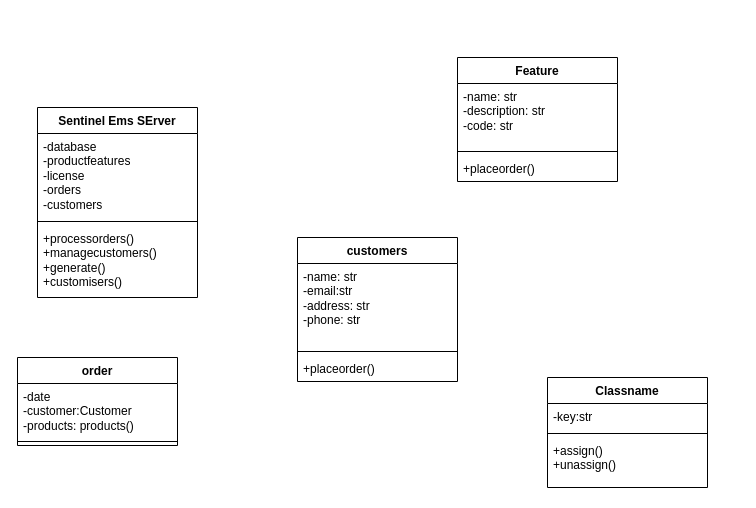
Before: umlexp53.drawio in tush47/myuml, a draw.io diagram. Source tidied: cells renumbered, new cells numbered last; positions are measured from the earlier drawing's top-left corner, leaving out a move shared by most shapes. Both pictures are drawn from the tidied source at 100%, with x=0, y=0 at pixel (17, 57).
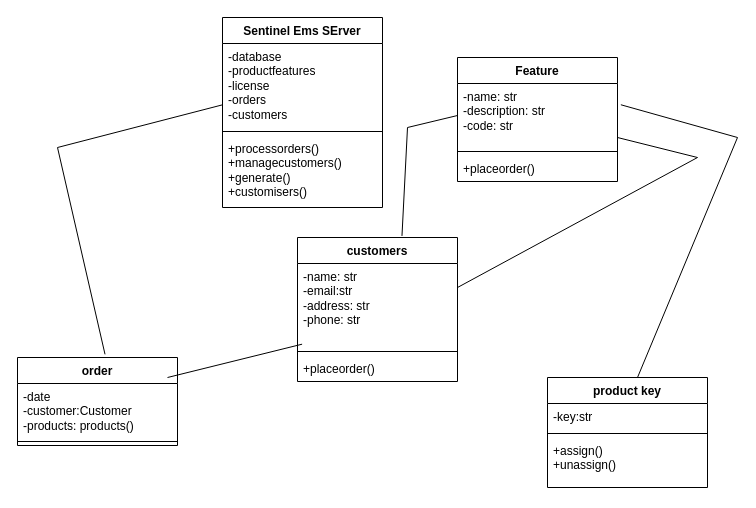
Above is the later version.

Unchanged cells that the change refers to:
```xml
<mxCell id="2" value="customers" style="swimlane;fontStyle=1;align=center;verticalAlign=top;horizontal=1;startSize=26;whiteSpace=wrap;html=1;" parent="1" vertex="1">
  <mxGeometry x="280" y="180" width="160" height="144" as="geometry" />
</mxCell>
<mxCell id="10" value="order" style="swimlane;fontStyle=1;align=center;verticalAlign=top;horizontal=1;startSize=26;whiteSpace=wrap;html=1;" parent="1" vertex="1">
  <mxGeometry y="300" width="160" height="88" as="geometry" />
</mxCell>
<mxCell id="14" value="-name: str&lt;br&gt;-description: str&lt;br&gt;-code: str&lt;br&gt;" style="text;strokeColor=none;fillColor=none;align=left;verticalAlign=top;spacingLeft=4;spacingRight=4;overflow=hidden;points=[[0,0.5],[1,0.5]];portConstraint=eastwest;whiteSpace=wrap;html=1;" parent="13" vertex="1">
  <mxGeometry y="26" width="160" height="64" as="geometry" />
</mxCell>
<mxCell id="18" value="-database&lt;br&gt;-productfeatures&lt;br&gt;-license&lt;br&gt;-orders&lt;br&gt;-customers" style="text;strokeColor=none;fillColor=none;align=left;verticalAlign=top;spacingLeft=4;spacingRight=4;overflow=hidden;points=[[0,0.5],[1,0.5]];portConstraint=eastwest;whiteSpace=wrap;html=1;" parent="17" vertex="1">
  <mxGeometry y="26" width="160" height="84" as="geometry" />
</mxCell>
```

What changed in the source:
```diff
@@
-    <mxCell id="6" value="Classname" style="swimlane;fontStyle=1;align=center;verticalAlign=top;horizontal=1;startSize=26;whiteSpace=wrap;html=1;" parent="1" vertex="1">
+    <mxCell id="6" value="product key" style="swimlane;fontStyle=1;align=center;verticalAlign=top;horizontal=1;startSize=26;whiteSpace=wrap;html=1;" parent="1" vertex="1">
       <mxGeometry x="530" y="320" width="160" height="110" as="geometry" />
     </mxCell>
@@
     <mxCell id="17" value="Sentinel Ems SErver" style="swimlane;fontStyle=1;align=center;verticalAlign=top;horizontal=1;startSize=26;whiteSpace=wrap;html=1;" parent="1" vertex="1">
-      <mxGeometry x="20" y="50" width="160" height="190" as="geometry" />
+      <mxGeometry x="205" y="-40" width="160" height="190" as="geometry" />
     </mxCell>
@@
+    <mxCell id="21" style="endArrow=none;html=1;rounded=0;entryX=0.029;entryY=0.723;entryDx=0;entryDy=0;entryPerimeter=0;" parent="1" edge="1">
+      <mxGeometry relative="1" as="geometry">
+        <mxPoint x="150" y="320" as="sourcePoint" />
+        <mxPoint x="284.6" y="286.7" as="targetPoint" />
+      </mxGeometry>
+    </mxCell>
+    <mxCell id="22" style="endArrow=none;html=1;rounded=0;" parent="1" edge="1">
+      <mxGeometry relative="1" as="geometry">
+        <mxPoint x="440" y="230" as="sourcePoint" />
+        <mxPoint x="680" y="100" as="targetPoint" />
+      </mxGeometry>
+    </mxCell>
+    <mxCell id="23" style="endArrow=none;html=1;rounded=0;" parent="1" edge="1">
+      <mxGeometry relative="1" as="geometry">
+        <mxPoint x="680" y="100" as="sourcePoint" />
+        <mxPoint x="600" y="80" as="targetPoint" />
+        <Array as="points">
+          <mxPoint x="680" y="100" />
+        </Array>
+      </mxGeometry>
+    </mxCell>
+    <mxCell id="24" style="endArrow=none;html=1;rounded=0;entryX=0.002;entryY=0.729;entryDx=0;entryDy=0;entryPerimeter=0;exitX=0.547;exitY=-0.036;exitDx=0;exitDy=0;exitPerimeter=0;" parent="1" edge="1" source="10" target="18">
+      <mxGeometry relative="1" as="geometry">
+        <Array as="points">
+          <mxPoint x="40" y="90" />
+        </Array>
+      </mxGeometry>
+    </mxCell>
+    <mxCell id="25" style="endArrow=none;html=1;rounded=0;entryX=0;entryY=0.5;entryDx=0;entryDy=0;exitX=0.653;exitY=-0.011;exitDx=0;exitDy=0;exitPerimeter=0;" parent="1" edge="1" source="2" target="14">
+      <mxGeometry relative="1" as="geometry">
+        <Array as="points">
+          <mxPoint x="390" y="70" />
+        </Array>
+      </mxGeometry>
+    </mxCell>
+    <mxCell id="26" style="endArrow=none;html=1;rounded=0;entryX=1.021;entryY=0.332;entryDx=0;entryDy=0;entryPerimeter=0;" parent="1" edge="1" target="14">
+      <mxGeometry relative="1" as="geometry">
+        <mxPoint x="620" y="320" as="sourcePoint" />
+        <Array as="points">
+          <mxPoint x="720" y="80" />
+        </Array>
+      </mxGeometry>
+    </mxCell>
```
